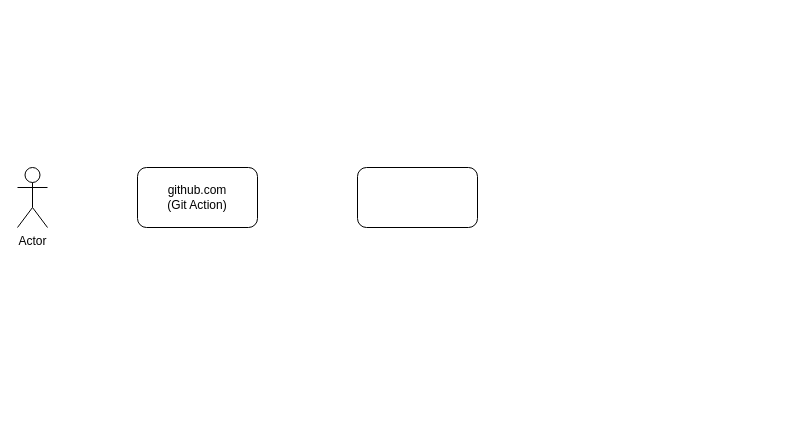
This is Untitled Diagram.drawio from ceczh/diagrams, a draw.io file, before an edit. Source tidied: cells renumbered, new cells numbered last; positions are measured from the earlier drawing's top-left corner, leaving out a move shared by most shapes. Both pictures are drawn from the tidied source at 100%, with x=0, y=0 at pixel (17, 167).
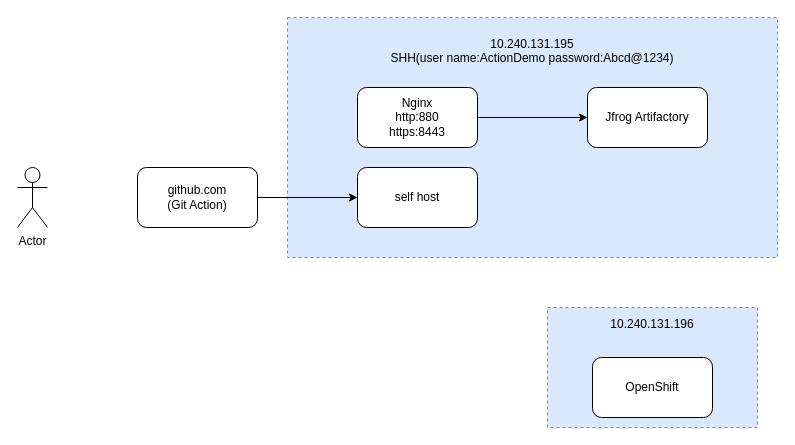
The same diagram, later.

Change to the diagram source:
```diff
@@
 <mxGraphModel>
   <root>
     <mxCell id="0" />
     <mxCell id="1" parent="0" />
+    <mxCell id="5" value="10.240.131.196&lt;br&gt;&lt;br&gt;&lt;br&gt;&lt;br&gt;&lt;br&gt;&lt;br&gt;&lt;br&gt;" style="rounded=0;whiteSpace=wrap;html=1;dashed=1;fillColor=#dae8fc;strokeColor=#6c8ebf;" parent="1" vertex="1">
+      <mxGeometry x="530" y="140" width="210" height="120" as="geometry" />
+    </mxCell>
+    <mxCell id="6" value="10.240.131.195&lt;br&gt;SHH(user name:ActionDemo password:Abcd@1234)&lt;br&gt;&lt;br&gt;&lt;br&gt;&lt;br&gt;&lt;br&gt;&lt;br&gt;&lt;br&gt;&lt;br&gt;&lt;br&gt;&lt;br&gt;&lt;br&gt;&lt;br&gt;&lt;br&gt;" style="rounded=0;whiteSpace=wrap;html=1;dashed=1;fillColor=#dae8fc;strokeColor=#6c8ebf;" parent="1" vertex="1">
+      <mxGeometry x="270" y="-150" width="490" height="240" as="geometry" />
+    </mxCell>
-    <mxCell id="2" style="rounded=1;whiteSpace=wrap;html=1;" parent="1" vertex="1">
+    <mxCell id="2" value="self host" style="rounded=1;whiteSpace=wrap;html=1;" parent="1" vertex="1">
       <mxGeometry x="340" width="120" height="60" as="geometry" />
     </mxCell>
     <mxCell id="3" value="Actor" style="shape=umlActor;verticalLabelPosition=bottom;verticalAlign=top;html=1;" parent="1" vertex="1">
       <mxGeometry width="30" height="60" as="geometry" />
     </mxCell>
+    <mxCell id="7" style="edgeStyle=orthogonalEdgeStyle;rounded=0;jettySize=auto;html=1;" parent="1" edge="1" source="4" target="2">
+      <mxGeometry relative="1" as="geometry" />
+    </mxCell>
     <mxCell id="4" value="github.com&lt;br&gt;(Git Action)" style="rounded=1;whiteSpace=wrap;html=1;" parent="1" vertex="1">
       <mxGeometry x="120" width="120" height="60" as="geometry" />
     </mxCell>
+    <mxCell id="8" value="Jfrog Artifactory" style="rounded=1;whiteSpace=wrap;html=1;" parent="1" vertex="1">
+      <mxGeometry x="570" y="-80" width="120" height="60" as="geometry" />
+    </mxCell>
+    <mxCell id="9" value="OpenShift" style="rounded=1;whiteSpace=wrap;html=1;" parent="1" vertex="1">
+      <mxGeometry x="575" y="190" width="120" height="60" as="geometry" />
+    </mxCell>
+    <mxCell id="10" style="edgeStyle=orthogonalEdgeStyle;rounded=0;jettySize=auto;html=1;" parent="1" edge="1" source="11" target="8">
+      <mxGeometry relative="1" as="geometry" />
+    </mxCell>
+    <mxCell id="11" value="Nginx&lt;br&gt;http:880&lt;br&gt;https:8443" style="rounded=1;whiteSpace=wrap;html=1;" parent="1" vertex="1">
+      <mxGeometry x="340" y="-80" width="120" height="60" as="geometry" />
+    </mxCell>
   </root>
 </mxGraphModel>
```
